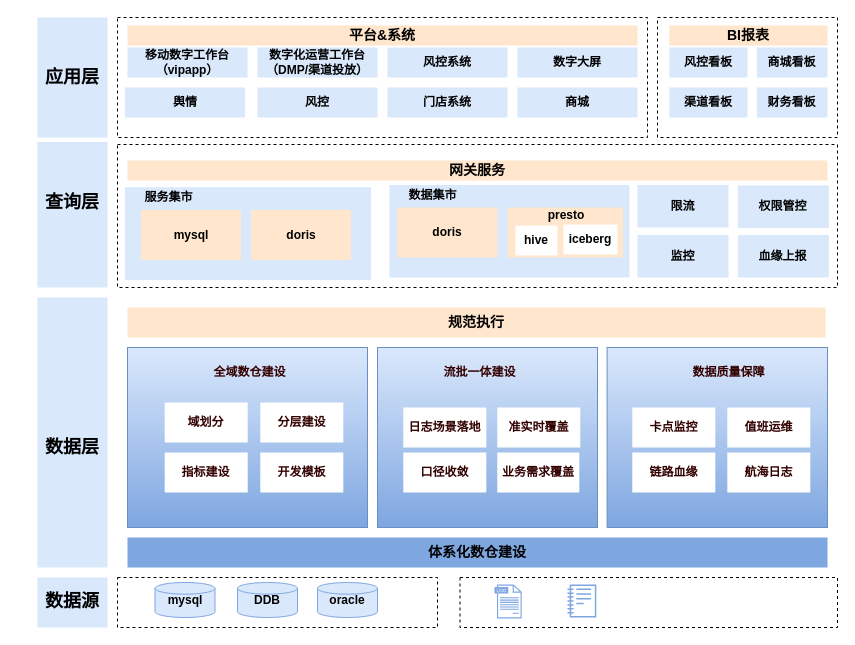
mineminemine123/work-wiki keeps this draw.io diagram as 流量模型设计.drawio. Above is the earlier version. Source tidied: cells renumbered, new cells numbered last; positions are measured from the earlier drawing's top-left corner, leaving out a move shared by most shapes. Both pictures are drawn from the tidied source at 100%, with x=0, y=0 at pixel (22, 17).
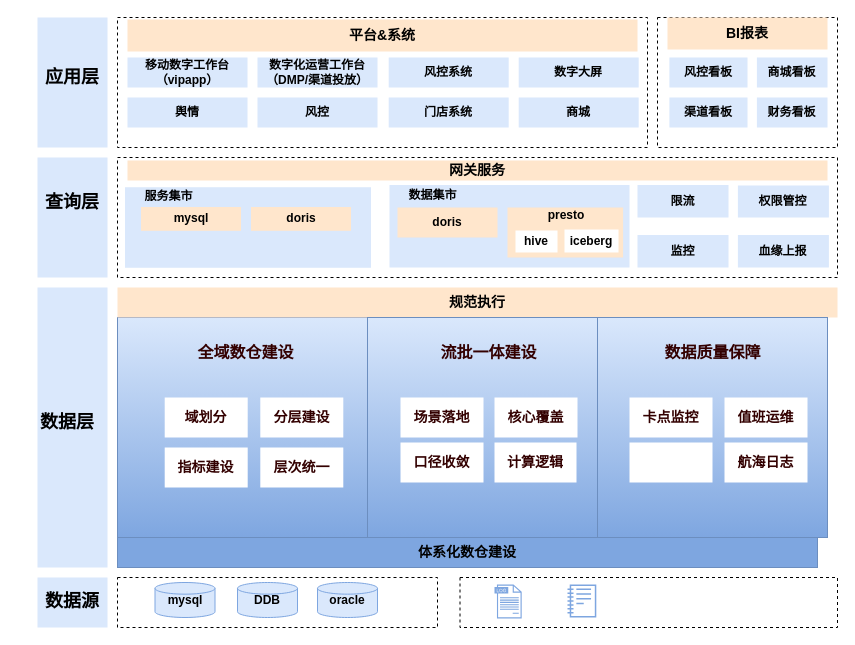
The same page after the edit.

Commit message (it also covers changes not shown here):
更新流量模型设计.drawio

Change to the diagram source:
```diff
@@
     <mxCell id="5" style="rounded=0;whiteSpace=wrap;html=1;fontFamily=微软雅黑;strokeColor=none;fillColor=#dae8fc;fontStyle=1;" parent="1" vertex="1">
-      <mxGeometry x="15" y="280" width="70" height="270" as="geometry" />
+      <mxGeometry x="15" y="270" width="70" height="280" as="geometry" />
     </mxCell>
     <mxCell id="6" style="rounded=0;whiteSpace=wrap;html=1;fontFamily=微软雅黑;strokeColor=none;fillColor=#dae8fc;fontStyle=1;" parent="1" vertex="1">
-      <mxGeometry x="15" y="124.5" width="70" height="145.5" as="geometry" />
+      <mxGeometry x="15" y="140" width="70" height="120" as="geometry" />
     </mxCell>
     <mxCell id="7" style="rounded=0;whiteSpace=wrap;html=1;fontFamily=微软雅黑;dashed=1;fontStyle=1;" parent="1" vertex="1">
-      <mxGeometry x="95" width="530" height="120" as="geometry" />
+      <mxGeometry x="95" width="530" height="130" as="geometry" />
     </mxCell>
     <mxCell id="8" value="移动数字工作台（vipapp）" style="rounded=0;whiteSpace=wrap;html=1;strokeColor=none;fillColor=#dae8fc;fontFamily=微软雅黑;fontStyle=1;" parent="1" vertex="1">
-      <mxGeometry x="105" y="30" width="120" height="30" as="geometry" />
+      <mxGeometry x="105" y="40" width="120" height="30" as="geometry" />
     </mxCell>
     <mxCell id="9" value="数字化运营工作台&lt;br&gt;（DMP/渠道投放）" style="rounded=0;whiteSpace=wrap;html=1;strokeColor=none;fillColor=#dae8fc;fontFamily=微软雅黑;fontStyle=1;" parent="1" vertex="1">
-      <mxGeometry x="235" y="30" width="120" height="30" as="geometry" />
+      <mxGeometry x="235" y="40" width="120" height="30" as="geometry" />
     </mxCell>
     <mxCell id="10" value="舆情" style="rounded=0;whiteSpace=wrap;html=1;strokeColor=none;fillColor=#dae8fc;fontFamily=微软雅黑;fontStyle=1;" parent="1" vertex="1">
-      <mxGeometry x="102.5" y="70" width="120" height="30" as="geometry" />
+      <mxGeometry x="105" y="80" width="120" height="30" as="geometry" />
     </mxCell>
     <mxCell id="11" style="rounded=0;whiteSpace=wrap;html=1;fontFamily=微软雅黑;dashed=1;fontStyle=1;" parent="1" vertex="1">
-      <mxGeometry x="635" width="180" height="120" as="geometry" />
+      <mxGeometry x="635" width="180" height="130" as="geometry" />
     </mxCell>
     <mxCell id="12" value="商城" style="rounded=0;whiteSpace=wrap;html=1;strokeColor=none;fillColor=#dae8fc;fontFamily=微软雅黑;fontStyle=1;" parent="1" vertex="1">
-      <mxGeometry x="495" y="70" width="120" height="30" as="geometry" />
+      <mxGeometry x="496.2" y="80" width="120" height="30" as="geometry" />
     </mxCell>
     <mxCell id="13" style="rounded=0;whiteSpace=wrap;html=1;align=left;fontFamily=微软雅黑;dashed=1;fontStyle=1;" parent="1" vertex="1">
-      <mxGeometry x="95" y="127" width="720" height="143" as="geometry" />
+      <mxGeometry x="95" y="140" width="720" height="120" as="geometry" />
     </mxCell>
@@
     <mxCell id="16" value="门店系统" style="rounded=0;whiteSpace=wrap;html=1;strokeColor=none;fillColor=#dae8fc;fontFamily=微软雅黑;fontStyle=1;" parent="1" vertex="1">
-      <mxGeometry x="365" y="70" width="120" height="30" as="geometry" />
+      <mxGeometry x="366.2" y="80" width="120" height="30" as="geometry" />
     </mxCell>
     <mxCell id="17" value="风控系统" style="rounded=0;whiteSpace=wrap;html=1;strokeColor=none;fillColor=#dae8fc;fontFamily=微软雅黑;fontStyle=1;" parent="1" vertex="1">
-      <mxGeometry x="365" y="30" width="120" height="30" as="geometry" />
+      <mxGeometry x="366.2" y="40" width="120" height="30" as="geometry" />
     </mxCell>
     <mxCell id="18" value="数字大屏" style="rounded=0;whiteSpace=wrap;html=1;strokeColor=none;fillColor=#dae8fc;fontFamily=微软雅黑;fontStyle=1;" parent="1" vertex="1">
-      <mxGeometry x="495" y="30" width="120" height="30" as="geometry" />
+      <mxGeometry x="496.2" y="40" width="120" height="30" as="geometry" />
     </mxCell>
     <mxCell id="19" value="风控" style="rounded=0;whiteSpace=wrap;html=1;strokeColor=none;fillColor=#dae8fc;fontFamily=微软雅黑;fontStyle=1;" parent="1" vertex="1">
-      <mxGeometry x="235" y="70" width="120" height="30" as="geometry" />
+      <mxGeometry x="235" y="80" width="120" height="30" as="geometry" />
     </mxCell>
     <mxCell id="20" value="商城看板" style="rounded=0;whiteSpace=wrap;html=1;strokeColor=none;fillColor=#dae8fc;fontFamily=微软雅黑;fontStyle=1;" parent="1" vertex="1">
-      <mxGeometry x="734.4" y="30" width="70.6" height="30" as="geometry" />
+      <mxGeometry x="734.4" y="40" width="70.6" height="30" as="geometry" />
     </mxCell>
     <mxCell id="21" value="&lt;font style=&quot;font-size: 14px;&quot;&gt;平台&amp;amp;系统&lt;/font&gt;" style="text;html=1;strokeColor=none;fillColor=#ffe6cc;align=center;verticalAlign=middle;whiteSpace=wrap;rounded=0;fontStyle=1;fontFamily=微软雅黑;" parent="1" vertex="1">
-      <mxGeometry x="105" y="8" width="510" height="20" as="geometry" />
+      <mxGeometry x="105" y="2" width="510" height="32" as="geometry" />
     </mxCell>
     <mxCell id="22" value="&lt;font style=&quot;font-size: 14px;&quot;&gt;BI报表&lt;/font&gt;" style="text;html=1;strokeColor=none;fillColor=#ffe6cc;align=center;verticalAlign=middle;whiteSpace=wrap;rounded=0;fontFamily=微软雅黑;fontStyle=1;" parent="1" vertex="1">
-      <mxGeometry x="646.9" y="8" width="158.1" height="20" as="geometry" />
+      <mxGeometry x="645" width="160" height="32" as="geometry" />
     </mxCell>
     <mxCell id="23" style="rounded=0;whiteSpace=wrap;html=1;fontFamily=微软雅黑;strokeColor=none;fillColor=#dae8fc;fontStyle=1;" parent="1" vertex="1">
-      <mxGeometry x="367" y="167.5" width="240" height="92.5" as="geometry" />
+      <mxGeometry x="367" y="167.5" width="240" height="82.5" as="geometry" />
     </mxCell>
@@
     <mxCell id="26" value="&lt;span&gt;血缘上报&lt;/span&gt;" style="rounded=0;whiteSpace=wrap;html=1;fontFamily=微软雅黑;strokeColor=none;fillColor=#dae8fc;fontStyle=1;" parent="1" vertex="1">
-      <mxGeometry x="715.4" y="217.5" width="91" height="42.5" as="geometry" />
+      <mxGeometry x="715.4" y="217.5" width="91" height="32.5" as="geometry" />
     </mxCell>
@@
     <mxCell id="28" value="hive" style="rounded=0;whiteSpace=wrap;html=1;strokeColor=none;fontFamily=微软雅黑;fillColor=#FFFFFF;fontStyle=1;" parent="1" vertex="1">
-      <mxGeometry x="493" y="208" width="42" height="30" as="geometry" />
+      <mxGeometry x="493" y="213" width="42" height="22" as="geometry" />
     </mxCell>
     <mxCell id="29" value="iceberg" style="rounded=0;whiteSpace=wrap;html=1;strokeColor=none;fontFamily=微软雅黑;fillColor=#FFFFFF;fontStyle=1;" parent="1" vertex="1">
-      <mxGeometry x="541" y="207" width="54" height="30" as="geometry" />
+      <mxGeometry x="542" y="212" width="54" height="23" as="geometry" />
     </mxCell>
     <mxCell id="30" style="rounded=0;whiteSpace=wrap;html=1;fontFamily=微软雅黑;strokeColor=none;fillColor=#dae8fc;fontStyle=1;" parent="1" vertex="1">
-      <mxGeometry x="15" width="70" height="120" as="geometry" />
+      <mxGeometry x="15" width="70" height="130" as="geometry" />
     </mxCell>
@@
     <mxCell id="33" value="&lt;span style=&quot;font-size: 18px;&quot;&gt;&lt;span&gt;数据层&lt;/span&gt;&lt;/span&gt;" style="text;html=1;strokeColor=none;fillColor=none;align=center;verticalAlign=middle;whiteSpace=wrap;rounded=0;fontFamily=微软雅黑;fontStyle=1;" parent="1" vertex="1">
-      <mxGeometry y="420" width="100" height="20" as="geometry" />
+      <mxGeometry x="-5" y="395" width="100" height="20" as="geometry" />
     </mxCell>
@@
     <mxCell id="35" value="doris" style="rounded=0;whiteSpace=wrap;html=1;strokeColor=none;fillColor=#ffe6cc;fontFamily=微软雅黑;fontStyle=1;" parent="1" vertex="1">
-      <mxGeometry x="375" y="190" width="100" height="50" as="geometry" />
+      <mxGeometry x="375" y="190" width="100" height="30" as="geometry" />
     </mxCell>
@@
     <mxCell id="41" style="rounded=0;whiteSpace=wrap;html=1;fillStyle=auto;strokeColor=#6c8ebf;strokeWidth=1;fontFamily=微软雅黑;fillColor=#dae8fc;gradientDirection=south;gradientColor=#7EA6E0;fontStyle=1;" parent="1" vertex="1">
-      <mxGeometry x="105" y="330" width="240" height="180" as="geometry" />
+      <mxGeometry x="95" y="300" width="250" height="220" as="geometry" />
     </mxCell>
     <mxCell id="42" value="&lt;span&gt;&lt;font style=&quot;font-size: 14px;&quot;&gt;规范执行&lt;/font&gt;&lt;/span&gt;" style="rounded=0;whiteSpace=wrap;html=1;dashed=1;fillStyle=auto;strokeColor=none;strokeWidth=1;fontFamily=微软雅黑;fillColor=#ffe6cc;fontStyle=1;" parent="1" vertex="1">
-      <mxGeometry x="105" y="290" width="698" height="30" as="geometry" />
+      <mxGeometry x="95" y="270" width="720" height="30" as="geometry" />
     </mxCell>
-    <mxCell id="43" value="&lt;span&gt;&lt;font style=&quot;font-size: 14px;&quot;&gt;体系化数仓建设&lt;/font&gt;&lt;/span&gt;" style="rounded=0;whiteSpace=wrap;html=1;fillStyle=auto;strokeColor=none;strokeWidth=1;fontFamily=微软雅黑;fillColor=#7EA6E0;fontStyle=1;" parent="1" vertex="1">
-      <mxGeometry x="105" y="520" width="700" height="30" as="geometry" />
+    <mxCell id="43" value="&lt;span&gt;&lt;font style=&quot;font-size: 14px;&quot;&gt;体系化数仓建设&lt;/font&gt;&lt;/span&gt;" style="rounded=0;whiteSpace=wrap;html=1;fillStyle=auto;strokeColor=#6c8ebf;strokeWidth=1;fontFamily=微软雅黑;fillColor=#7EA6E0;fontStyle=1;" parent="1" vertex="1">
+      <mxGeometry x="95" y="520" width="700" height="30" as="geometry" />
     </mxCell>
     <mxCell id="44" style="rounded=0;whiteSpace=wrap;html=1;fillStyle=auto;strokeColor=#6c8ebf;strokeWidth=1;fontFamily=微软雅黑;fillColor=#dae8fc;gradientDirection=south;gradientColor=#7EA6E0;fontStyle=1;" parent="1" vertex="1">
-      <mxGeometry x="355" y="330" width="220" height="180" as="geometry" />
+      <mxGeometry x="345" y="300" width="230" height="220" as="geometry" />
     </mxCell>
     <mxCell id="45" style="rounded=0;whiteSpace=wrap;html=1;fillStyle=auto;strokeColor=#6c8ebf;strokeWidth=1;fontFamily=微软雅黑;fillColor=#dae8fc;gradientDirection=south;gradientColor=#7EA6E0;fontStyle=1;" parent="1" vertex="1">
-      <mxGeometry x="584.6" y="330" width="220.4" height="180" as="geometry" />
+      <mxGeometry x="575" y="300" width="230" height="220" as="geometry" />
     </mxCell>
-    <mxCell id="46" value="全域数仓建设" style="text;html=1;strokeColor=none;fillColor=none;align=center;verticalAlign=middle;whiteSpace=wrap;rounded=0;fontFamily=微软雅黑;fontColor=#330000;fontStyle=1;" parent="1" vertex="1">
-      <mxGeometry x="175.5" y="340" width="103" height="30" as="geometry" />
+    <mxCell id="46" value="&lt;font style=&quot;font-size: 16px;&quot;&gt;全域数仓建设&lt;/font&gt;" style="text;html=1;strokeColor=none;fillColor=none;align=center;verticalAlign=middle;whiteSpace=wrap;rounded=0;fontFamily=微软雅黑;fontColor=#330000;fontStyle=1;" parent="1" vertex="1">
+      <mxGeometry x="172" y="320" width="103" height="30" as="geometry" />
     </mxCell>
-    <mxCell id="47" value="流批一体建设" style="text;html=1;strokeColor=none;fillColor=none;align=center;verticalAlign=middle;whiteSpace=wrap;rounded=0;fontFamily=微软雅黑;fontColor=#330000;fontStyle=1;" parent="1" vertex="1">
-      <mxGeometry x="405.5" y="340" width="103" height="30" as="geometry" />
+    <mxCell id="47" value="&lt;font style=&quot;font-size: 16px;&quot;&gt;流批一体建设&lt;/font&gt;" style="text;html=1;strokeColor=none;fillColor=none;align=center;verticalAlign=middle;whiteSpace=wrap;rounded=0;fontFamily=微软雅黑;fontColor=#330000;fontStyle=1;" parent="1" vertex="1">
+      <mxGeometry x="415" y="320" width="103" height="30" as="geometry" />
     </mxCell>
-    <mxCell id="48" value="数据质量保障" style="text;html=1;strokeColor=none;fillColor=none;align=center;verticalAlign=middle;whiteSpace=wrap;rounded=0;fontFamily=微软雅黑;fontColor=#330000;fontStyle=1;" parent="1" vertex="1">
-      <mxGeometry x="655.4" y="340" width="103" height="30" as="geometry" />
+    <mxCell id="48" value="&lt;font style=&quot;font-size: 16px;&quot;&gt;数据质量保障&lt;/font&gt;" style="text;html=1;strokeColor=none;fillColor=none;align=center;verticalAlign=middle;whiteSpace=wrap;rounded=0;fontFamily=微软雅黑;fontColor=#330000;fontStyle=1;" parent="1" vertex="1">
+      <mxGeometry x="638.5" y="320" width="103" height="30" as="geometry" />
     </mxCell>
-    <mxCell id="49" value="航海日志" style="rounded=0;whiteSpace=wrap;html=1;labelBackgroundColor=#FFFFFF;fillStyle=auto;strokeColor=none;strokeWidth=1;fontFamily=微软雅黑;fontColor=#330000;fillColor=default;dashed=1;fontStyle=1;" parent="1" vertex="1">
-      <mxGeometry x="704.8" y="435" width="83" height="40" as="geometry" />
+    <mxCell id="49" value="航海日志" style="rounded=0;whiteSpace=wrap;html=1;labelBackgroundColor=#FFFFFF;fillStyle=auto;strokeColor=none;strokeWidth=1;fontFamily=微软雅黑;fontColor=#330000;fillColor=default;dashed=1;fontStyle=1;fontSize=14;" parent="1" vertex="1">
+      <mxGeometry x="702" y="425" width="83" height="40" as="geometry" />
     </mxCell>
-    <mxCell id="50" value="值班运维" style="rounded=0;whiteSpace=wrap;html=1;labelBackgroundColor=#FFFFFF;fillStyle=auto;strokeColor=none;strokeWidth=1;fontFamily=微软雅黑;fontColor=#330000;fillColor=default;dashed=1;fontStyle=1;" parent="1" vertex="1">
-      <mxGeometry x="704.8" y="390" width="83" height="40" as="geometry" />
+    <mxCell id="50" value="值班运维" style="rounded=0;whiteSpace=wrap;html=1;labelBackgroundColor=#FFFFFF;fillStyle=auto;strokeColor=none;strokeWidth=1;fontFamily=微软雅黑;fontColor=#330000;fillColor=default;dashed=1;fontStyle=1;fontSize=14;" parent="1" vertex="1">
+      <mxGeometry x="702" y="380" width="83" height="40" as="geometry" />
     </mxCell>
-    <mxCell id="51" value="链路血缘" style="rounded=0;whiteSpace=wrap;html=1;labelBackgroundColor=#FFFFFF;fillStyle=auto;strokeColor=none;strokeWidth=1;fontFamily=微软雅黑;fontColor=#330000;fillColor=default;dashed=1;fontStyle=1;" parent="1" vertex="1">
-      <mxGeometry x="609.8" y="435" width="83" height="40" as="geometry" />
+    <mxCell id="51" style="rounded=0;whiteSpace=wrap;html=1;labelBackgroundColor=#FFFFFF;fillStyle=auto;strokeColor=none;strokeWidth=1;fontFamily=微软雅黑;fontColor=#330000;fillColor=default;dashed=1;fontStyle=1;fontSize=14;" parent="1" vertex="1">
+      <mxGeometry x="607" y="425" width="83" height="40" as="geometry" />
     </mxCell>
-    <mxCell id="52" value="域划分" style="rounded=0;whiteSpace=wrap;html=1;labelBackgroundColor=#FFFFFF;fillStyle=auto;strokeColor=none;strokeWidth=1;fontFamily=微软雅黑;fontColor=#330000;fillColor=default;dashed=1;fontStyle=1;" parent="1" vertex="1">
-      <mxGeometry x="142.2" y="385" width="83" height="40" as="geometry" />
+    <mxCell id="52" value="域划分" style="rounded=0;whiteSpace=wrap;html=1;labelBackgroundColor=#FFFFFF;fillStyle=auto;strokeColor=none;strokeWidth=1;fontFamily=微软雅黑;fontColor=#330000;fillColor=default;dashed=1;fontStyle=1;fontSize=14;" parent="1" vertex="1">
+      <mxGeometry x="142.2" y="380" width="83" height="40" as="geometry" />
     </mxCell>
-    <mxCell id="53" value="分层建设" style="rounded=0;whiteSpace=wrap;html=1;labelBackgroundColor=#FFFFFF;fillStyle=auto;strokeColor=none;strokeWidth=1;fontFamily=微软雅黑;fontColor=#330000;fillColor=default;dashed=1;fontStyle=1;" parent="1" vertex="1">
-      <mxGeometry x="237.8" y="385" width="83" height="40" as="geometry" />
+    <mxCell id="53" value="分层建设" style="rounded=0;whiteSpace=wrap;html=1;labelBackgroundColor=#FFFFFF;fillStyle=auto;strokeColor=none;strokeWidth=1;fontFamily=微软雅黑;fontColor=#330000;fillColor=default;dashed=1;fontStyle=1;fontSize=14;" parent="1" vertex="1">
+      <mxGeometry x="237.8" y="380" width="83" height="40" as="geometry" />
     </mxCell>
-    <mxCell id="54" value="指标建设" style="rounded=0;whiteSpace=wrap;html=1;labelBackgroundColor=#FFFFFF;fillStyle=auto;strokeColor=none;strokeWidth=1;fontFamily=微软雅黑;fontColor=#330000;fillColor=default;dashed=1;fontStyle=1;" parent="1" vertex="1">
-      <mxGeometry x="142.2" y="435" width="83" height="40" as="geometry" />
+    <mxCell id="54" value="指标建设" style="rounded=0;whiteSpace=wrap;html=1;labelBackgroundColor=#FFFFFF;fillStyle=auto;strokeColor=none;strokeWidth=1;fontFamily=微软雅黑;fontColor=#330000;fillColor=default;dashed=1;fontStyle=1;fontSize=14;" parent="1" vertex="1">
+      <mxGeometry x="142.2" y="430" width="83" height="40" as="geometry" />
     </mxCell>
-    <mxCell id="55" value="卡点监控" style="rounded=0;whiteSpace=wrap;html=1;labelBackgroundColor=#FFFFFF;fillStyle=auto;strokeColor=none;strokeWidth=1;fontFamily=微软雅黑;fontColor=#330000;fillColor=default;dashed=1;fontStyle=1;" parent="1" vertex="1">
-      <mxGeometry x="609.8" y="390" width="83" height="40" as="geometry" />
+    <mxCell id="55" value="卡点监控" style="rounded=0;whiteSpace=wrap;html=1;labelBackgroundColor=#FFFFFF;fillStyle=auto;strokeColor=none;strokeWidth=1;fontFamily=微软雅黑;fontColor=#330000;fillColor=default;dashed=1;fontStyle=1;fontSize=14;" parent="1" vertex="1">
+      <mxGeometry x="607" y="380" width="83" height="40" as="geometry" />
     </mxCell>
-    <mxCell id="56" value="开发模板" style="rounded=0;whiteSpace=wrap;html=1;labelBackgroundColor=#FFFFFF;fillStyle=auto;strokeColor=none;strokeWidth=1;fontFamily=微软雅黑;fontColor=#330000;fillColor=default;dashed=1;fontStyle=1;" parent="1" vertex="1">
-      <mxGeometry x="237.8" y="435" width="83" height="40" as="geometry" />
+    <mxCell id="56" value="层次统一" style="rounded=0;whiteSpace=wrap;html=1;labelBackgroundColor=#FFFFFF;fillStyle=auto;strokeColor=none;strokeWidth=1;fontFamily=微软雅黑;fontColor=#330000;fillColor=default;dashed=1;fontStyle=1;fontSize=14;" parent="1" vertex="1">
+      <mxGeometry x="237.8" y="430" width="83" height="40" as="geometry" />
     </mxCell>
-    <mxCell id="57" value="口径收敛" style="rounded=0;whiteSpace=wrap;html=1;labelBackgroundColor=#FFFFFF;fillStyle=auto;strokeColor=none;strokeWidth=1;fontFamily=微软雅黑;fontColor=#330000;fillColor=default;dashed=1;fontStyle=1;" parent="1" vertex="1">
-      <mxGeometry x="380.8" y="435" width="83" height="40" as="geometry" />
+    <mxCell id="57" value="口径收敛" style="rounded=0;whiteSpace=wrap;html=1;labelBackgroundColor=#FFFFFF;fillStyle=auto;strokeColor=none;strokeWidth=1;fontFamily=微软雅黑;fontColor=#330000;fillColor=default;dashed=1;fontStyle=1;fontSize=14;" parent="1" vertex="1">
+      <mxGeometry x="378" y="425" width="83" height="40" as="geometry" />
     </mxCell>
-    <mxCell id="58" value="日志场景落地" style="rounded=0;whiteSpace=wrap;html=1;labelBackgroundColor=#FFFFFF;fillStyle=auto;strokeColor=none;strokeWidth=1;fontFamily=微软雅黑;fontColor=#330000;fillColor=default;dashed=1;gradientColor=#FFFFFF;gradientDirection=east;fontStyle=1;" parent="1" vertex="1">
-      <mxGeometry x="380.8" y="390" width="83" height="40" as="geometry" />
+    <mxCell id="58" value="场景落地" style="rounded=0;whiteSpace=wrap;html=1;labelBackgroundColor=#FFFFFF;fillStyle=auto;strokeColor=none;strokeWidth=1;fontFamily=微软雅黑;fontColor=#330000;fillColor=default;dashed=1;gradientColor=#FFFFFF;gradientDirection=east;fontStyle=1;fontSize=14;" parent="1" vertex="1">
+      <mxGeometry x="378" y="380" width="83" height="40" as="geometry" />
     </mxCell>
-    <mxCell id="59" value="准实时覆盖" style="rounded=0;whiteSpace=wrap;html=1;labelBackgroundColor=#FFFFFF;fillStyle=auto;strokeColor=none;strokeWidth=1;fontFamily=微软雅黑;fontColor=#330000;fillColor=default;dashed=1;fontStyle=1;" parent="1" vertex="1">
-      <mxGeometry x="474.8" y="390" width="83" height="40" as="geometry" />
+    <mxCell id="59" value="核心覆盖" style="rounded=0;whiteSpace=wrap;html=1;labelBackgroundColor=#FFFFFF;fillStyle=auto;strokeColor=none;strokeWidth=1;fontFamily=微软雅黑;fontColor=#330000;fillColor=default;dashed=1;fontStyle=1;fontSize=14;" parent="1" vertex="1">
+      <mxGeometry x="472" y="380" width="83" height="40" as="geometry" />
     </mxCell>
-    <mxCell id="60" value="业务需求覆盖" style="rounded=0;whiteSpace=wrap;html=1;labelBackgroundColor=#FFFFFF;fillStyle=auto;strokeColor=none;strokeWidth=1;fontFamily=微软雅黑;fontColor=#330000;fillColor=default;dashed=1;fontStyle=1;" parent="1" vertex="1">
-      <mxGeometry x="474.8" y="435" width="82" height="40" as="geometry" />
+    <mxCell id="60" value="计算逻辑" style="rounded=0;whiteSpace=wrap;html=1;labelBackgroundColor=#FFFFFF;fillStyle=auto;strokeColor=none;strokeWidth=1;fontFamily=微软雅黑;fontColor=#330000;fillColor=default;dashed=1;fontStyle=1;fontSize=14;" parent="1" vertex="1">
+      <mxGeometry x="472" y="425" width="82" height="40" as="geometry" />
     </mxCell>
     <mxCell id="61" value="&lt;span&gt;监控&lt;/span&gt;" style="rounded=0;whiteSpace=wrap;html=1;fontFamily=微软雅黑;strokeColor=none;fillColor=#dae8fc;fontStyle=1;" parent="1" vertex="1">
-      <mxGeometry x="615" y="217.5" width="91" height="42.5" as="geometry" />
+      <mxGeometry x="615" y="217.5" width="91" height="32.5" as="geometry" />
     </mxCell>
     <mxCell id="62" value="&lt;span&gt;限流&lt;/span&gt;" style="rounded=0;whiteSpace=wrap;html=1;fontFamily=微软雅黑;strokeColor=none;fillColor=#dae8fc;fillStyle=auto;fontStyle=1;" parent="1" vertex="1">
-      <mxGeometry x="615" y="167.5" width="91" height="42.5" as="geometry" />
+      <mxGeometry x="615" y="167.5" width="91" height="32.5" as="geometry" />
     </mxCell>
     <mxCell id="63" value="&lt;span&gt;权限管控&lt;/span&gt;" style="rounded=0;whiteSpace=wrap;html=1;fontFamily=微软雅黑;strokeColor=none;fillColor=#dae8fc;fontStyle=1;" parent="1" vertex="1">
-      <mxGeometry x="715.4" y="168" width="91" height="42.5" as="geometry" />
+      <mxGeometry x="715.4" y="168" width="91" height="32" as="geometry" />
     </mxCell>
     <mxCell id="64" style="group;fillColor=#dae8fc;strokeColor=none;fontFamily=微软雅黑;fontStyle=1;" parent="1" vertex="1">
-      <mxGeometry x="102.5" y="170" width="246" height="92.5" as="geometry" />
+      <mxGeometry x="102.5" y="170" width="246" height="80" as="geometry" />
     </mxCell>
     <mxCell id="65" style="rounded=0;whiteSpace=wrap;html=1;fontFamily=微软雅黑;strokeColor=none;fillColor=#dae8fc;fontStyle=1;" parent="64" vertex="1">
-      <mxGeometry width="246" height="92.5" as="geometry" />
+      <mxGeometry width="246" height="80" as="geometry" />
     </mxCell>
     <mxCell id="66" value="mysql" style="rounded=0;whiteSpace=wrap;html=1;strokeColor=none;fillColor=#ffe6cc;fontFamily=微软雅黑;fontStyle=1;" parent="64" vertex="1">
-      <mxGeometry x="16" y="22.5" width="100" height="50" as="geometry" />
+      <mxGeometry x="16" y="19.5" width="100" height="23.8" as="geometry" />
     </mxCell>
     <mxCell id="67" value="doris" style="rounded=0;whiteSpace=wrap;html=1;strokeColor=none;fillColor=#ffe6cc;fontFamily=微软雅黑;fontStyle=1;" parent="64" vertex="1">
-      <mxGeometry x="126" y="22.5" width="100" height="50" as="geometry" />
+      <mxGeometry x="126" y="19.5" width="100" height="23.8" as="geometry" />
     </mxCell>
     <mxCell id="68" value="服务集市" style="text;html=1;strokeColor=none;fillColor=none;align=center;verticalAlign=middle;whiteSpace=wrap;rounded=0;fontFamily=微软雅黑;fontStyle=1;" parent="64" vertex="1">
-      <mxGeometry x="16" width="55" height="20" as="geometry" />
+      <mxGeometry x="16" width="55" height="17.3" as="geometry" />
     </mxCell>
     <mxCell id="69" value="风控看板" style="rounded=0;whiteSpace=wrap;html=1;strokeColor=none;fillColor=#dae8fc;fontFamily=微软雅黑;fontStyle=1;" parent="1" vertex="1">
-      <mxGeometry x="646.9" y="30" width="78.1" height="30" as="geometry" />
+      <mxGeometry x="646.9" y="40" width="78.1" height="30" as="geometry" />
     </mxCell>
     <mxCell id="70" value="渠道看板" style="rounded=0;whiteSpace=wrap;html=1;strokeColor=none;fillColor=#dae8fc;fontFamily=微软雅黑;fontStyle=1;" parent="1" vertex="1">
-      <mxGeometry x="646.9" y="70" width="78.1" height="30" as="geometry" />
+      <mxGeometry x="646.9" y="80" width="78.1" height="30" as="geometry" />
     </mxCell>
     <mxCell id="71" value="财务看板" style="rounded=0;whiteSpace=wrap;html=1;strokeColor=none;fillColor=#dae8fc;fontFamily=微软雅黑;fontStyle=1;" parent="1" vertex="1">
-      <mxGeometry x="734.4" y="70" width="70.6" height="30" as="geometry" />
+      <mxGeometry x="734.4" y="80" width="70.6" height="30" as="geometry" />
     </mxCell>
```
